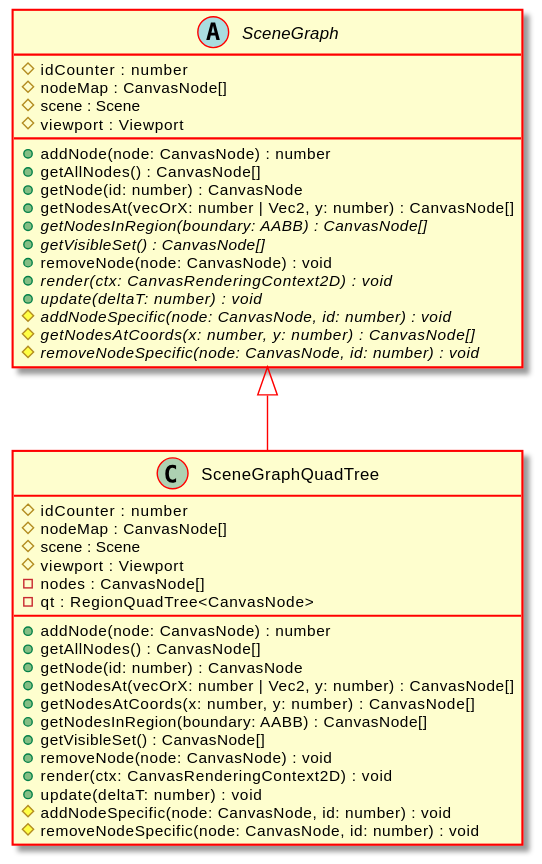
Above: docs/api/assets/SceneGraphQuadTree-umlClassDiagram-6615.svg in Test123938/Test2 (PlantUML), before the change.
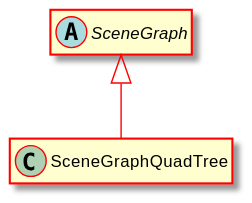
After the change.

The edit, as a diff of the source:
```diff
@@ -5,42 +5,8 @@
 hide empty methods
 hide empty fields
 class "SceneGraphQuadTree" {
-    #idCounter : number
-    #nodeMap : CanvasNode[]
-    #scene : Scene
-    #viewport : Viewport
-    -nodes : CanvasNode[]
-    -qt : RegionQuadTree<CanvasNode>
-    +addNode(node: CanvasNode) : number
-    +getAllNodes() : CanvasNode[]
-    +getNode(id: number) : CanvasNode
-    +getNodesAt(vecOrX: number | Vec2, y: number) : CanvasNode[]
-    +getNodesAtCoords(x: number, y: number) : CanvasNode[]
-    +getNodesInRegion(boundary: AABB) : CanvasNode[]
-    +getVisibleSet() : CanvasNode[]
-    +removeNode(node: CanvasNode) : void
-    +render(ctx: CanvasRenderingContext2D) : void
-    +update(deltaT: number) : void
-    #addNodeSpecific(node: CanvasNode, id: number) : void
-    #removeNodeSpecific(node: CanvasNode, id: number) : void
 }
 abstract class "SceneGraph" {
-    #idCounter : number
-    #nodeMap : CanvasNode[]
-    #scene : Scene
-    #viewport : Viewport
-    +addNode(node: CanvasNode) : number
-    +getAllNodes() : CanvasNode[]
-    +getNode(id: number) : CanvasNode
-    +getNodesAt(vecOrX: number | Vec2, y: number) : CanvasNode[]
-    {abstract} +getNodesInRegion(boundary: AABB) : CanvasNode[]
-    {abstract} +getVisibleSet() : CanvasNode[]
-    +removeNode(node: CanvasNode) : void
-    {abstract} +render(ctx: CanvasRenderingContext2D) : void
-    {abstract} +update(deltaT: number) : void
-    {abstract} #addNodeSpecific(node: CanvasNode, id: number) : void
-    {abstract} #getNodesAtCoords(x: number, y: number) : CanvasNode[]
-    {abstract} #removeNodeSpecific(node: CanvasNode, id: number) : void
 }
 "SceneGraph" <|-- "SceneGraphQuadTree"
 @enduml
```
